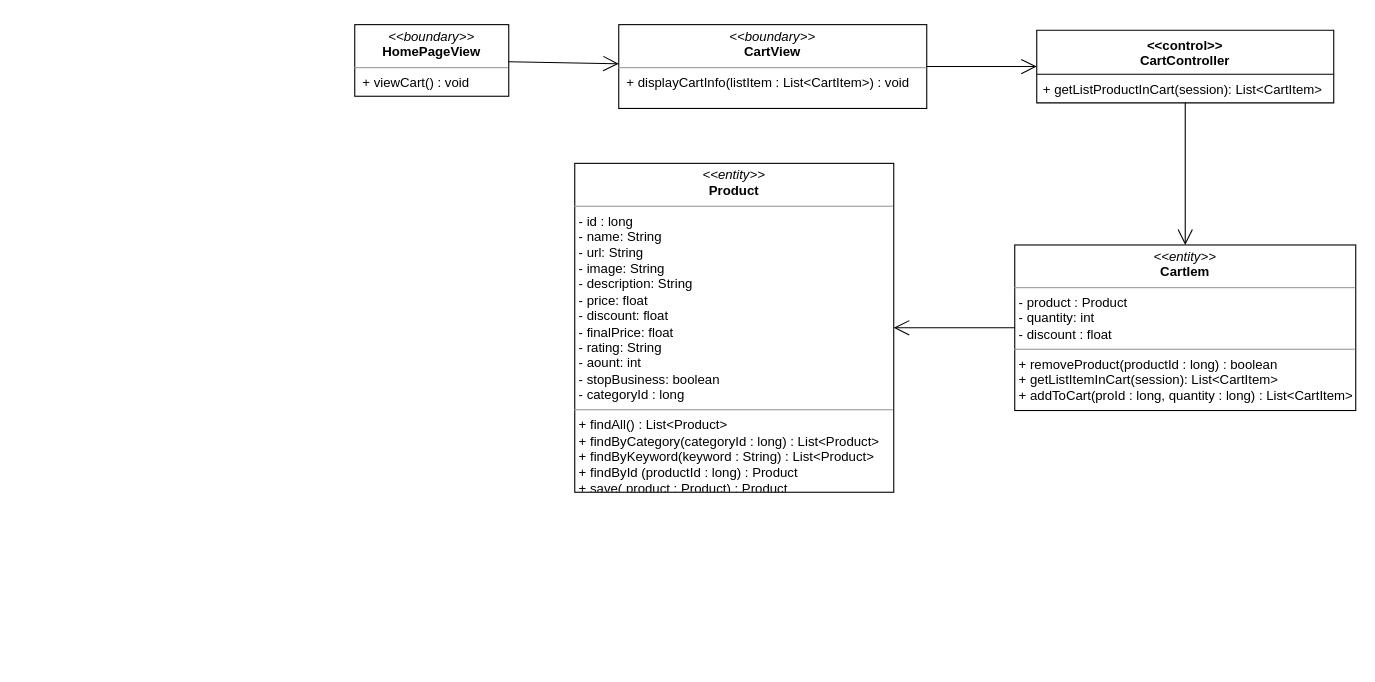
Before: class diagram/view-cart-class-diagram.drawio in nguyenphamvan/datn_20202, a draw.io diagram. Source tidied: cells renumbered, new cells numbered last; positions are measured from the earlier drawing's top-left corner, leaving out a move shared by most shapes. Both pictures are drawn from the tidied source at 110%, with x=0, y=0 at pixel (354, 24).
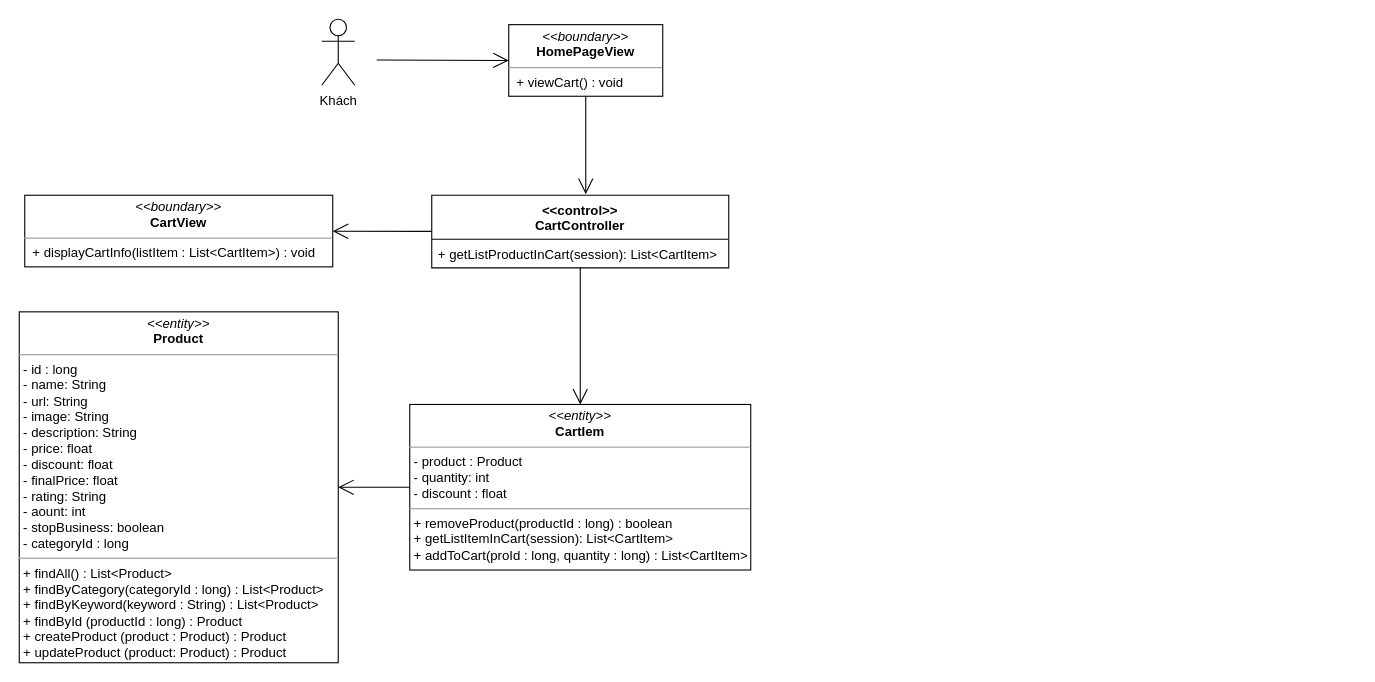
The same page after the edit.

The edit, as a diff of the source:
```diff
@@
 <mxGraphModel>
   <root>
     <mxCell id="0" />
     <mxCell id="1" parent="0" />
     <mxCell id="2" value="&lt;p style=&quot;margin: 0px ; margin-top: 4px ; text-align: center&quot;&gt;&lt;i&gt;&amp;lt;&amp;lt;boundary&amp;gt;&amp;gt;&lt;/i&gt;&lt;br&gt;&lt;b&gt;CartView&lt;/b&gt;&lt;/p&gt;&lt;hr size=&quot;1&quot;&gt;&lt;p style=&quot;margin: 0px ; margin-left: 4px&quot;&gt;&lt;span&gt;&amp;nbsp;+ displayCartInfo(listItem : List&amp;lt;CartItem&amp;gt;) : void&lt;br&gt;&lt;/span&gt;&lt;/p&gt;" style="verticalAlign=top;align=left;overflow=fill;fontSize=12;fontFamily=Helvetica;html=1;" parent="1" vertex="1">
-      <mxGeometry x="240" y="-0.1" width="280" height="76.2" as="geometry" />
+      <mxGeometry x="-300" y="155" width="280" height="65.1" as="geometry" />
     </mxCell>
     <mxCell id="3" value="&lt;p style=&quot;margin: 0px ; margin-top: 4px ; text-align: center&quot;&gt;&lt;i&gt;&amp;lt;&amp;lt;entity&amp;gt;&amp;gt;&lt;/i&gt;&lt;br&gt;&lt;b&gt;CartIem&lt;/b&gt;&lt;/p&gt;&lt;hr size=&quot;1&quot;&gt;&lt;p style=&quot;margin: 0px ; margin-left: 4px&quot;&gt;- product : Product&lt;/p&gt;&lt;p style=&quot;margin: 0px ; margin-left: 4px&quot;&gt;- quantity: int&lt;br&gt;- discount : float&lt;/p&gt;&lt;hr size=&quot;1&quot;&gt;&lt;p style=&quot;margin: 0px 0px 0px 4px&quot;&gt;+ removeProduct(productId : long) : boolean&lt;/p&gt;&lt;p style=&quot;margin: 0px 0px 0px 4px&quot;&gt;+ getListItemInCart(session): List&amp;lt;CartItem&amp;gt;&lt;/p&gt;&lt;p style=&quot;margin: 0px 0px 0px 4px&quot;&gt;+ addToCart(proId : long, quantity : long) : List&amp;lt;CartItem&amp;gt;&lt;/p&gt;" style="verticalAlign=top;align=left;overflow=fill;fontSize=12;fontFamily=Helvetica;html=1;" parent="1" vertex="1">
-      <mxGeometry x="600" y="200.2" width="310" height="150.5" as="geometry" />
+      <mxGeometry x="50" y="345.2" width="310" height="150.5" as="geometry" />
     </mxCell>
     <mxCell id="4" value="&lt;&lt;control&gt;&gt;&#10;CartController" style="swimlane;fontStyle=1;align=center;verticalAlign=top;horizontal=1;startSize=40;" parent="1" vertex="1">
-      <mxGeometry x="620" y="5" width="270" height="66" as="geometry" />
+      <mxGeometry x="70" y="155" width="270" height="66" as="geometry" />
     </mxCell>
     <mxCell id="5" value="+ getListProductInCart(session): List&lt;CartItem&gt;" style="text;strokeColor=none;fillColor=none;align=left;verticalAlign=top;spacingLeft=4;spacingRight=4;overflow=hidden;" parent="4" vertex="1">
       <mxGeometry y="40" width="270" height="26" as="geometry" />
     </mxCell>
     <mxCell id="6" style="endArrow=open;endFill=1;endSize=12;html=1;" parent="1" edge="1" source="4" target="3">
       <mxGeometry relative="1" as="geometry" />
     </mxCell>
     <mxCell id="7" value="&lt;p style=&quot;margin: 0px ; margin-top: 4px ; text-align: center&quot;&gt;&lt;i&gt;&amp;lt;&amp;lt;boundary&amp;gt;&amp;gt;&lt;/i&gt;&lt;br&gt;&lt;b&gt;HomePageView&lt;/b&gt;&lt;/p&gt;&lt;hr size=&quot;1&quot;&gt;&lt;p style=&quot;margin: 0px ; margin-left: 4px&quot;&gt;&lt;span&gt;&amp;nbsp;+ viewCart() : void&lt;br&gt;&lt;/span&gt;&lt;/p&gt;" style="verticalAlign=top;align=left;overflow=fill;fontSize=12;fontFamily=Helvetica;html=1;" parent="1" vertex="1">
-      <mxGeometry y="-0.1" width="140" height="65.1" as="geometry" />
+      <mxGeometry x="140" y="-0.1" width="140" height="65.1" as="geometry" />
     </mxCell>
-    <mxCell id="8" style="endArrow=open;endFill=1;endSize=12;html=1;" parent="1" edge="1" source="7" target="2">
-      <mxGeometry relative="1" as="geometry" />
+    <mxCell id="8" style="endArrow=open;endFill=1;endSize=12;html=1;" parent="1" edge="1" source="7">
+      <mxGeometry relative="1" as="geometry">
+        <mxPoint x="210" y="154" as="targetPoint" />
+      </mxGeometry>
     </mxCell>
-    <mxCell id="9" style="endArrow=open;endFill=1;endSize=12;html=1;" parent="1" edge="1" source="2" target="4">
+    <mxCell id="9" style="endArrow=open;endFill=1;endSize=12;html=1;" parent="1" edge="1" source="4" target="2">
       <mxGeometry relative="1" as="geometry" />
     </mxCell>
-    <mxCell id="10" value="&lt;p style=&quot;margin: 0px ; margin-top: 4px ; text-align: center&quot;&gt;&lt;i&gt;&amp;lt;&amp;lt;entity&amp;gt;&amp;gt;&lt;/i&gt;&lt;br&gt;&lt;b&gt;Product&lt;/b&gt;&lt;/p&gt;&lt;hr size=&quot;1&quot;&gt;&lt;p style=&quot;margin: 0px ; margin-left: 4px&quot;&gt;- id : long&lt;/p&gt;&lt;p style=&quot;margin: 0px ; margin-left: 4px&quot;&gt;- name: String&lt;br&gt;- url: String&lt;/p&gt;&lt;p style=&quot;margin: 0px ; margin-left: 4px&quot;&gt;- image: String&lt;/p&gt;&lt;p style=&quot;margin: 0px ; margin-left: 4px&quot;&gt;- description: String&lt;/p&gt;&lt;p style=&quot;margin: 0px ; margin-left: 4px&quot;&gt;- price: float&lt;/p&gt;&lt;p style=&quot;margin: 0px ; margin-left: 4px&quot;&gt;- discount: float&lt;/p&gt;&lt;p style=&quot;margin: 0px ; margin-left: 4px&quot;&gt;- finalPrice: float&lt;/p&gt;&lt;p style=&quot;margin: 0px ; margin-left: 4px&quot;&gt;- rating: String&lt;/p&gt;&lt;p style=&quot;margin: 0px ; margin-left: 4px&quot;&gt;- aount: int&lt;/p&gt;&lt;p style=&quot;margin: 0px ; margin-left: 4px&quot;&gt;- stopBusiness: boolean&lt;/p&gt;&lt;p style=&quot;margin: 0px ; margin-left: 4px&quot;&gt;- categoryId : long&lt;/p&gt;&lt;hr size=&quot;1&quot;&gt;&lt;p style=&quot;margin: 0px 0px 0px 4px&quot;&gt;+ findAll() : List&amp;lt;Product&amp;gt;&lt;/p&gt;&lt;p style=&quot;margin: 0px 0px 0px 4px&quot;&gt;+ findByCategory(categoryId : long) : List&amp;lt;Product&amp;gt;&lt;/p&gt;&lt;p style=&quot;margin: 0px 0px 0px 4px&quot;&gt;+ findByKeyword(keyword : String) : List&amp;lt;Product&amp;gt;&lt;/p&gt;&lt;p style=&quot;margin: 0px 0px 0px 4px&quot;&gt;+ findById (productId : long) : Product&lt;/p&gt;&lt;p style=&quot;margin: 0px 0px 0px 4px&quot;&gt;+ save( product : Product) : Product&lt;/p&gt;" style="verticalAlign=top;align=left;overflow=fill;fontSize=12;fontFamily=Helvetica;html=1;" parent="1" vertex="1">
-      <mxGeometry x="200" y="126" width="290" height="299" as="geometry" />
+    <mxCell id="10" value="&lt;p style=&quot;margin: 0px ; margin-top: 4px ; text-align: center&quot;&gt;&lt;i&gt;&amp;lt;&amp;lt;entity&amp;gt;&amp;gt;&lt;/i&gt;&lt;br&gt;&lt;b&gt;Product&lt;/b&gt;&lt;/p&gt;&lt;hr size=&quot;1&quot;&gt;&lt;p style=&quot;margin: 0px ; margin-left: 4px&quot;&gt;- id : long&lt;/p&gt;&lt;p style=&quot;margin: 0px ; margin-left: 4px&quot;&gt;- name: String&lt;br&gt;- url: String&lt;/p&gt;&lt;p style=&quot;margin: 0px ; margin-left: 4px&quot;&gt;- image: String&lt;/p&gt;&lt;p style=&quot;margin: 0px ; margin-left: 4px&quot;&gt;- description: String&lt;/p&gt;&lt;p style=&quot;margin: 0px ; margin-left: 4px&quot;&gt;- price: float&lt;/p&gt;&lt;p style=&quot;margin: 0px ; margin-left: 4px&quot;&gt;- discount: float&lt;/p&gt;&lt;p style=&quot;margin: 0px ; margin-left: 4px&quot;&gt;- finalPrice: float&lt;/p&gt;&lt;p style=&quot;margin: 0px ; margin-left: 4px&quot;&gt;- rating: String&lt;/p&gt;&lt;p style=&quot;margin: 0px ; margin-left: 4px&quot;&gt;- aount: int&lt;/p&gt;&lt;p style=&quot;margin: 0px ; margin-left: 4px&quot;&gt;- stopBusiness: boolean&lt;/p&gt;&lt;p style=&quot;margin: 0px ; margin-left: 4px&quot;&gt;- categoryId : long&lt;/p&gt;&lt;hr size=&quot;1&quot;&gt;&lt;p style=&quot;margin: 0px 0px 0px 4px&quot;&gt;+ findAll() : List&amp;lt;Product&amp;gt;&lt;/p&gt;&lt;p style=&quot;margin: 0px 0px 0px 4px&quot;&gt;+ findByCategory(categoryId : long) : List&amp;lt;Product&amp;gt;&lt;/p&gt;&lt;p style=&quot;margin: 0px 0px 0px 4px&quot;&gt;+ findByKeyword(keyword : String) : List&amp;lt;Product&amp;gt;&lt;/p&gt;&lt;p style=&quot;margin: 0px 0px 0px 4px&quot;&gt;+ findById (productId : long) : Product&lt;/p&gt;&lt;p style=&quot;margin: 0px 0px 0px 4px&quot;&gt;+ createProduct (product : Product) : Product&lt;/p&gt;&lt;p style=&quot;margin: 0px 0px 0px 4px&quot;&gt;+ updateProduct (product: Product) : Product&lt;/p&gt;" style="verticalAlign=top;align=left;overflow=fill;fontSize=12;fontFamily=Helvetica;html=1;" parent="1" vertex="1">
+      <mxGeometry x="-305" y="261" width="290" height="319" as="geometry" />
     </mxCell>
     <mxCell id="11" style="endArrow=open;endFill=1;endSize=12;html=1;" parent="1" edge="1" source="3" target="10">
       <mxGeometry relative="1" as="geometry" />
     </mxCell>
+    <mxCell id="12" value="Khách" style="shape=umlActor;verticalLabelPosition=bottom;verticalAlign=top;html=1;" parent="1" vertex="1">
+      <mxGeometry x="-30" y="-5" width="30" height="60" as="geometry" />
+    </mxCell>
+    <mxCell id="13" style="endArrow=open;endFill=1;endSize=12;html=1;entryX=0;entryY=0.5;entryDx=0;entryDy=0;" parent="1" edge="1" target="7">
+      <mxGeometry relative="1" as="geometry">
+        <mxPoint x="20" y="32" as="sourcePoint" />
+      </mxGeometry>
+    </mxCell>
   </root>
 </mxGraphModel>
```
